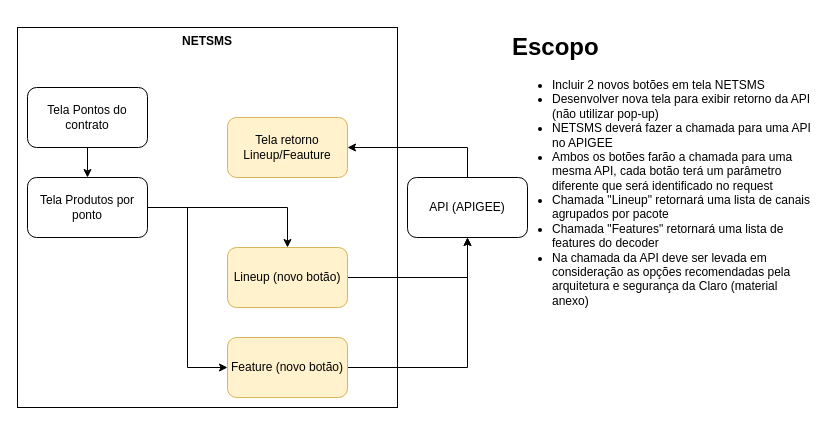
This is Botão lineup.drawio from samirali/ClaroBrasil, a draw.io file, before an edit. Source tidied: cells renumbered, new cells numbered last; positions are measured from the earlier drawing's top-left corner, leaving out a move shared by most shapes. Both pictures are drawn from the tidied source at 100%, with x=0, y=0 at pixel (17, 27).
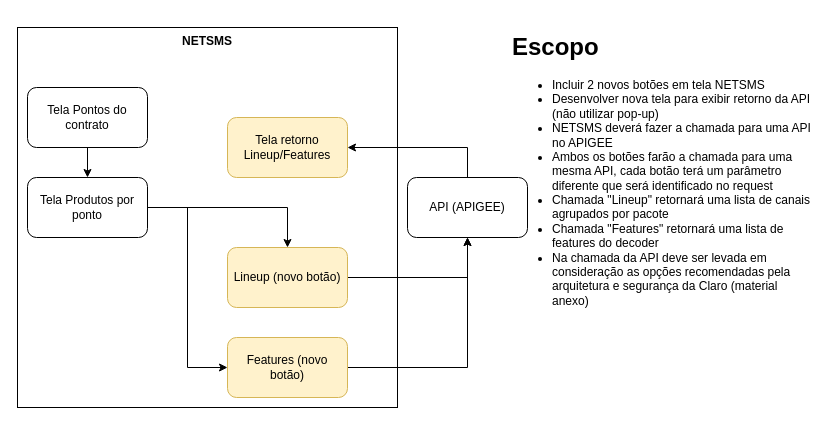
The same page after the edit.

Change to the diagram source:
```diff
@@
 <mxGraphModel>
   <root>
     <mxCell id="0" />
     <mxCell id="1" parent="0" />
     <mxCell id="2" value="&lt;b&gt;NETSMS&lt;/b&gt;" style="whiteSpace=wrap;html=1;verticalAlign=top;" parent="1" vertex="1">
       <mxGeometry width="380" height="380" as="geometry" />
     </mxCell>
     <mxCell id="3" style="edgeStyle=orthogonalEdgeStyle;rounded=0;jettySize=auto;html=1;" parent="1" edge="1" source="4" target="9">
       <mxGeometry relative="1" as="geometry" />
     </mxCell>
     <mxCell id="4" value="Tela Pontos do contrato" style="rounded=1;whiteSpace=wrap;html=1;" parent="1" vertex="1">
       <mxGeometry x="10" y="60" width="120" height="60" as="geometry" />
     </mxCell>
     <mxCell id="5" style="edgeStyle=orthogonalEdgeStyle;rounded=0;jettySize=auto;html=1;entryX=1;entryY=0.5;entryDx=0;entryDy=0;exitX=0.5;exitY=0;exitDx=0;exitDy=0;" parent="1" edge="1" source="6" target="14">
       <mxGeometry relative="1" as="geometry">
         <Array as="points">
           <mxPoint x="450" y="120" />
         </Array>
       </mxGeometry>
     </mxCell>
     <mxCell id="6" value="API (APIGEE)" style="rounded=1;whiteSpace=wrap;html=1;" parent="1" vertex="1">
       <mxGeometry x="390" y="150" width="120" height="60" as="geometry" />
     </mxCell>
     <mxCell id="7" style="edgeStyle=orthogonalEdgeStyle;rounded=0;jettySize=auto;html=1;" parent="1" edge="1" source="9" target="11">
       <mxGeometry relative="1" as="geometry" />
     </mxCell>
     <mxCell id="8" style="edgeStyle=orthogonalEdgeStyle;rounded=0;jettySize=auto;html=1;entryX=0;entryY=0.5;entryDx=0;entryDy=0;" parent="1" edge="1" source="9" target="13">
       <mxGeometry relative="1" as="geometry" />
     </mxCell>
     <mxCell id="9" value="Tela Produtos por ponto" style="rounded=1;whiteSpace=wrap;html=1;" parent="1" vertex="1">
       <mxGeometry x="10" y="150" width="120" height="60" as="geometry" />
     </mxCell>
     <mxCell id="10" style="edgeStyle=orthogonalEdgeStyle;rounded=0;jettySize=auto;html=1;entryX=0.5;entryY=1;entryDx=0;entryDy=0;" parent="1" edge="1" source="11" target="6">
       <mxGeometry relative="1" as="geometry" />
     </mxCell>
     <mxCell id="11" value="Lineup (novo botão)" style="rounded=1;whiteSpace=wrap;html=1;fillColor=#fff2cc;strokeColor=#d6b656;" parent="1" vertex="1">
       <mxGeometry x="210" y="220" width="120" height="60" as="geometry" />
     </mxCell>
     <mxCell id="12" style="edgeStyle=orthogonalEdgeStyle;rounded=0;jettySize=auto;html=1;entryX=0.5;entryY=1;entryDx=0;entryDy=0;" parent="1" edge="1" source="13" target="6">
       <mxGeometry relative="1" as="geometry" />
     </mxCell>
-    <mxCell id="13" value="Feature (novo botão)" style="rounded=1;whiteSpace=wrap;html=1;fillColor=#fff2cc;strokeColor=#d6b656;" parent="1" vertex="1">
+    <mxCell id="13" value="Features (novo botão)" style="rounded=1;whiteSpace=wrap;html=1;fillColor=#fff2cc;strokeColor=#d6b656;" parent="1" vertex="1">
       <mxGeometry x="210" y="310" width="120" height="60" as="geometry" />
     </mxCell>
-    <mxCell id="14" value="Tela retorno Lineup/Feauture" style="rounded=1;whiteSpace=wrap;html=1;fillColor=#fff2cc;strokeColor=#d6b656;" parent="1" vertex="1">
+    <mxCell id="14" value="Tela retorno Lineup/Features" style="rounded=1;whiteSpace=wrap;html=1;fillColor=#fff2cc;strokeColor=#d6b656;" parent="1" vertex="1">
       <mxGeometry x="210" y="90" width="120" height="60" as="geometry" />
     </mxCell>
     <mxCell id="15" value="&lt;h1&gt;Escopo&lt;/h1&gt;&lt;p&gt;&lt;/p&gt;&lt;ul&gt;&lt;li&gt;Incluir 2 novos botões em tela NETSMS&lt;/li&gt;&lt;li&gt;Desenvolver nova tela para exibir retorno da API (não utilizar pop-up)&lt;/li&gt;&lt;li&gt;NETSMS deverá fazer a chamada para uma API no APIGEE&lt;/li&gt;&lt;li&gt;Ambos os botões farão a chamada para uma mesma API, cada botão terá um parâmetro diferente que será identificado no request&lt;/li&gt;&lt;li&gt;Chamada &quot;Lineup&quot; retornará uma lista de canais agrupados por pacote&lt;/li&gt;&lt;li&gt;Chamada &quot;Features&quot; retornará uma lista de features do decoder&lt;/li&gt;&lt;li&gt;Na chamada da API deve ser levada em consideração as opções recomendadas pela arquitetura e segurança da Claro (material anexo)&lt;/li&gt;&lt;/ul&gt;&lt;p&gt;&lt;/p&gt;" style="text;html=1;strokeColor=none;fillColor=none;spacing=5;spacingTop=-20;whiteSpace=wrap;overflow=hidden;rounded=0;" parent="1" vertex="1">
       <mxGeometry x="490" width="310" height="310" as="geometry" />
     </mxCell>
   </root>
 </mxGraphModel>
```
